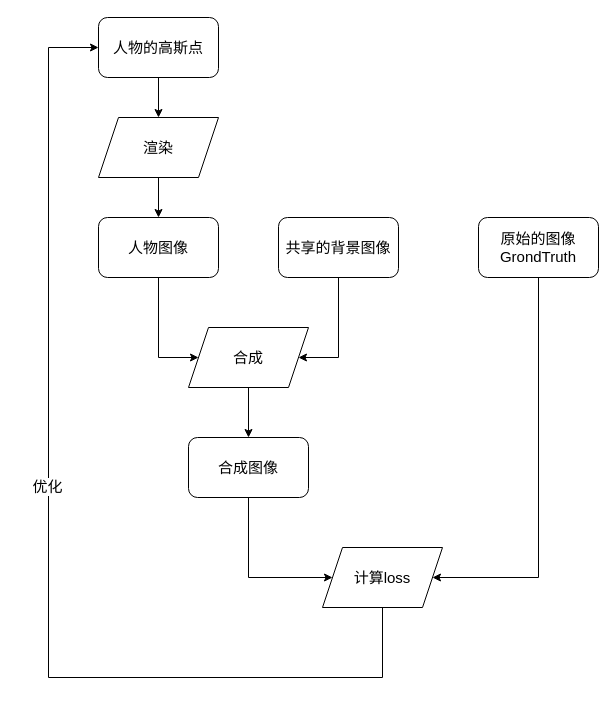
Earlier version of the draw.io diagram 高斯.drawio (BCEF/bcef). Source tidied: cells renumbered, new cells numbered last; positions are measured from the earlier drawing's top-left corner, leaving out a move shared by most shapes. Both pictures are drawn from the tidied source at 100%, with x=0, y=0 at pixel (48, 17).
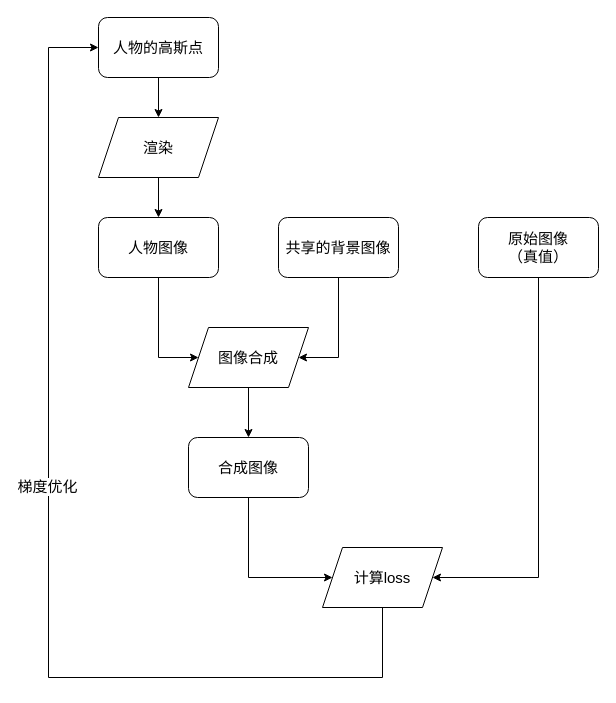
The same diagram, later.

The change refers to these unchanged cells:
```xml
<mxCell id="16" style="edgeStyle=orthogonalEdgeStyle;rounded=0;jettySize=auto;html=1;entryX=0;entryY=0.5;entryDx=0;entryDy=0;fontSize=15;" parent="1" edge="1" source="18" target="5">
  <mxGeometry relative="1" as="geometry">
    <Array as="points">
      <mxPoint x="334" y="660" />
      <mxPoint y="660" />
      <mxPoint y="30" />
    </Array>
  </mxGeometry>
</mxCell>
```

Change to the diagram source:
```diff
@@
-    <mxCell id="11" value="合成" style="shape=parallelogram;perimeter=parallelogramPerimeter;whiteSpace=wrap;html=1;fixedSize=1;fontSize=15;" parent="1" vertex="1">
+    <mxCell id="11" value="图像合成" style="shape=parallelogram;perimeter=parallelogramPerimeter;whiteSpace=wrap;html=1;fixedSize=1;fontSize=15;" parent="1" vertex="1">
       <mxGeometry x="140" y="310" width="120" height="60" as="geometry" />
     </mxCell>
@@
-    <mxCell id="13" value="&lt;div&gt;原始的图像&lt;/div&gt;&lt;div&gt;GrondTruth&lt;/div&gt;" style="rounded=1;whiteSpace=wrap;html=1;fontSize=15;" parent="1" vertex="1">
+    <mxCell id="13" value="&lt;div&gt;原始图像&lt;/div&gt;&lt;div&gt;（真值）&lt;/div&gt;" style="rounded=1;whiteSpace=wrap;html=1;fontSize=15;" parent="1" vertex="1">
       <mxGeometry x="430" y="200" width="120" height="60" as="geometry" />
     </mxCell>
@@
-    <mxCell id="17" value="优化" style="edgeLabel;html=1;align=center;verticalAlign=middle;fontSize=15;" parent="16" vertex="1">
+    <mxCell id="17" value="梯度优化" style="edgeLabel;html=1;align=center;verticalAlign=middle;fontSize=15;" parent="16" vertex="1">
       <mxGeometry x="0.1" y="2" relative="1" as="geometry" />
     </mxCell>
```
